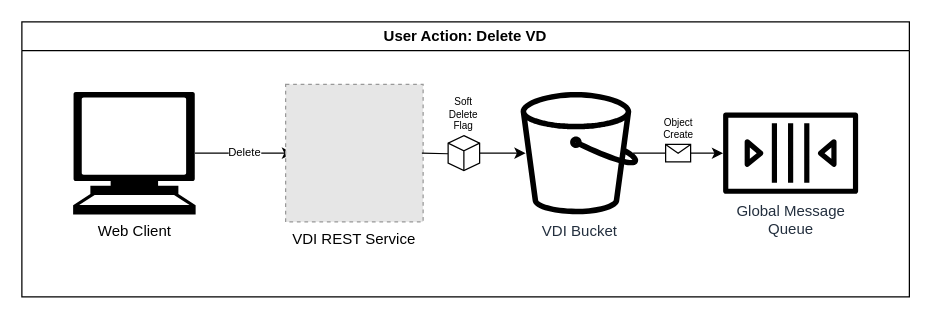
Earlier version of the draw.io diagram docs/design/1.0/diagrams/3-user-action-delete.drawio (VEuPathDB/vdi-service). Source tidied: cells renumbered, new cells numbered last; positions are measured from the earlier drawing's top-left corner, leaving out a move shared by most shapes. Both pictures are drawn from the tidied source at 125%, with x=0, y=0 at pixel (21, 21). Pictures stored in the file or linked from it are replaced by grey dashed boxes.
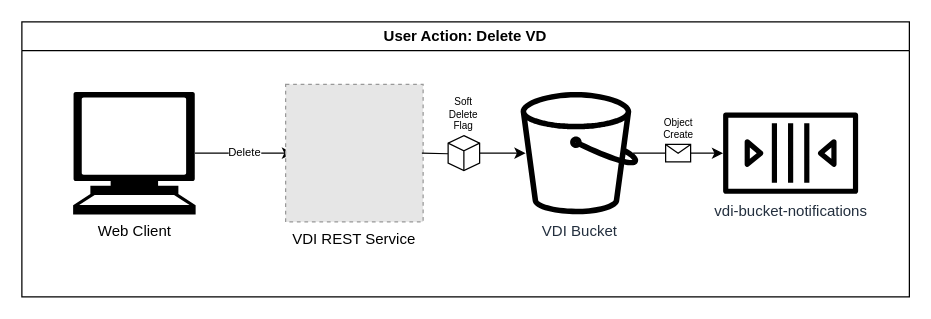
Above is the later version.

Diff of the diagram source:
```diff
@@
 <mxGraphModel>
   <root>
     <mxCell id="0" />
     <mxCell id="1" parent="0" />
     <mxCell id="2" value="User Action: Delete VD" style="swimlane;whiteSpace=wrap;html=1;fontSize=12;fillColor=default;" parent="1" vertex="1">
       <mxGeometry width="710" height="220" as="geometry" />
     </mxCell>
     <mxCell id="3" style="edgeStyle=orthogonalEdgeStyle;rounded=0;jettySize=auto;html=1;exitX=1;exitY=0.5;exitDx=0;exitDy=0;startArrow=none;" parent="2" edge="1" source="12">
       <mxGeometry relative="1" as="geometry">
         <mxPoint x="403" y="105" as="targetPoint" />
       </mxGeometry>
     </mxCell>
     <mxCell id="4" value="Delete" style="edgeStyle=orthogonalEdgeStyle;rounded=0;jettySize=auto;html=1;startArrow=none;exitX=0.995;exitY=0.5;exitDx=0;exitDy=0;exitPerimeter=0;fontSize=9;" parent="2" edge="1" source="5">
       <mxGeometry relative="1" as="geometry">
         <mxPoint x="217" y="105" as="targetPoint" />
       </mxGeometry>
     </mxCell>
     <mxCell id="5" value="Web Client" style="shape=mxgraph.signs.tech.computer;html=1;fillColor=#000000;strokeColor=none;verticalLabelPosition=bottom;verticalAlign=top;align=center;" parent="2" vertex="1">
       <mxGeometry x="41" y="56" width="98" height="98" as="geometry" />
     </mxCell>
     <mxCell id="6" value="VDI Bucket" style="sketch=0;fontColor=#232F3E;gradientColor=none;fillColor=#000000;strokeColor=none;dashed=0;verticalLabelPosition=bottom;verticalAlign=top;align=center;html=1;fontSize=12;fontStyle=0;shape=mxgraph.aws4.bucket;" parent="2" vertex="1">
       <mxGeometry x="399" y="56" width="94.2" height="98" as="geometry" />
     </mxCell>
-    <mxCell id="7" value="Global Message&lt;br&gt;Queue" style="sketch=0;outlineConnect=0;fontColor=#232F3E;gradientColor=none;fillColor=#000000;strokeColor=none;dashed=0;verticalLabelPosition=bottom;verticalAlign=top;align=center;html=1;fontSize=12;fontStyle=0;shape=mxgraph.aws4.queue;" parent="2" vertex="1">
+    <mxCell id="7" value="vdi-bucket-notifications" style="sketch=0;outlineConnect=0;fontColor=#232F3E;gradientColor=none;fillColor=#000000;strokeColor=none;dashed=0;verticalLabelPosition=bottom;verticalAlign=top;align=center;html=1;fontSize=12;fontStyle=0;shape=mxgraph.aws4.queue;" parent="2" vertex="1">
       <mxGeometry x="561" y="72.5" width="108" height="65.1" as="geometry" />
     </mxCell>
     <mxCell id="8" style="endArrow=classic;html=1;rounded=0;" parent="2" edge="1" target="7">
       <mxGeometry relative="1" as="geometry">
         <mxPoint x="489" y="105" as="sourcePoint" />
       </mxGeometry>
     </mxCell>
     <mxCell id="9" value="Object&lt;br&gt;Create" style="shape=message;html=1;fillColor=default;labelPosition=center;verticalLabelPosition=top;align=center;verticalAlign=bottom;fontSize=8;" parent="8" vertex="1">
       <mxGeometry width="20" height="14" relative="1" as="geometry">
         <mxPoint x="-10" y="-7" as="offset" />
       </mxGeometry>
     </mxCell>
     <mxCell id="10" value="VDI REST Service" style="fillColor=#E6E6E6;strokeColor=#999999;dashed=1;verticalLabelPosition=bottom;labelBackgroundColor=default;verticalAlign=top;" parent="2" vertex="1">
       <mxGeometry x="211" y="50" width="110" height="110" as="geometry" />
     </mxCell>
     <mxCell id="11" style="edgeStyle=orthogonalEdgeStyle;rounded=0;jettySize=auto;html=1;endArrow=none;" parent="2" edge="1" target="12">
       <mxGeometry relative="1" as="geometry">
         <mxPoint x="320" y="105" as="sourcePoint" />
       </mxGeometry>
     </mxCell>
     <mxCell id="12" value="Soft Delete Flag" style="html=1;whiteSpace=wrap;shape=isoCube2;backgroundOutline=1;isoAngle=15;fillColor=default;labelPosition=center;verticalLabelPosition=top;align=center;verticalAlign=bottom;fontSize=8;" parent="2" vertex="1">
       <mxGeometry x="341" y="91" width="25.2" height="28" as="geometry" />
     </mxCell>
   </root>
 </mxGraphModel>
```
